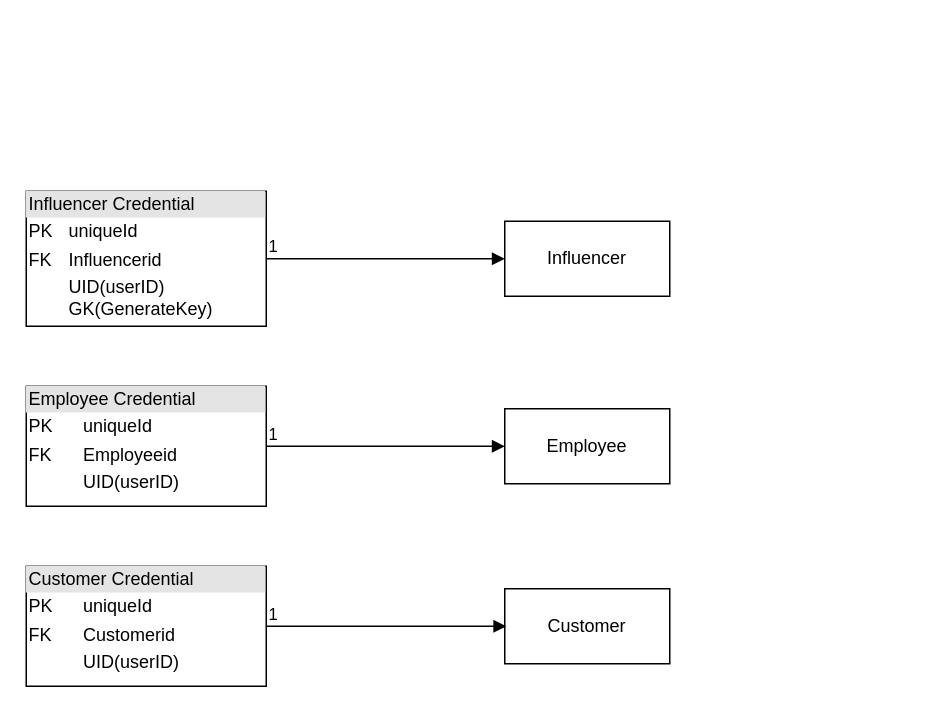
Tan1pawat/Diagram-Design keeps this draw.io diagram as Login diagram .drawio. Above is the earlier version. Source tidied: cells renumbered, new cells numbered last; positions are measured from the earlier drawing's top-left corner, leaving out a move shared by most shapes. Both pictures are drawn from the tidied source at 150%, with x=0, y=0 at pixel (26, 190).
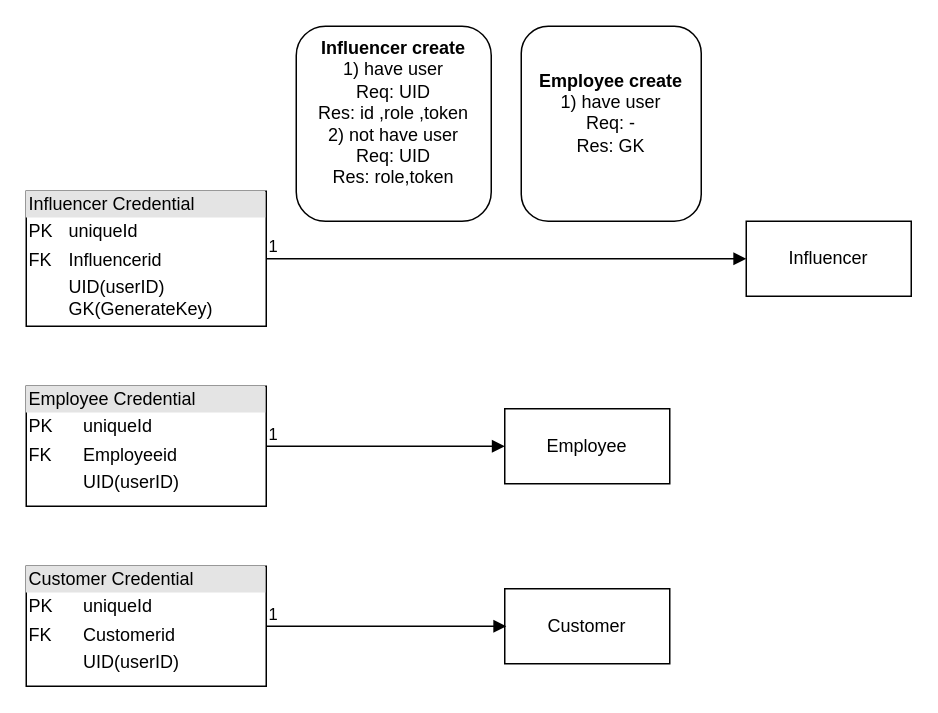
The same page after the edit.

What changed in the source:
```diff
@@
 <mxGraphModel>
   <root>
     <mxCell id="0" />
     <mxCell id="1" parent="0" />
     <mxCell id="2" value="&lt;div style=&quot;box-sizing:border-box;width:100%;background:#e4e4e4;padding:2px;&quot;&gt;Influencer&amp;nbsp;Credential&lt;/div&gt;&lt;table style=&quot;width:100%;font-size:1em;&quot; cellpadding=&quot;2&quot; cellspacing=&quot;0&quot;&gt;&lt;tbody&gt;&lt;tr&gt;&lt;td&gt;PK&lt;/td&gt;&lt;td&gt;uniqueId&lt;/td&gt;&lt;/tr&gt;&lt;tr&gt;&lt;td&gt;FK&lt;br&gt;&lt;/td&gt;&lt;td&gt;Influencerid&lt;/td&gt;&lt;/tr&gt;&lt;tr&gt;&lt;td&gt;&lt;/td&gt;&lt;td&gt;UID(userID)&lt;br&gt;GK(GenerateKey)&lt;br&gt;&lt;br&gt;&lt;br&gt;&lt;/td&gt;&lt;/tr&gt;&lt;/tbody&gt;&lt;/table&gt;" style="verticalAlign=top;align=left;overflow=fill;html=1;whiteSpace=wrap;" parent="1" vertex="1">
       <mxGeometry width="160" height="90" as="geometry" />
     </mxCell>
     <mxCell id="3" value="&lt;div style=&quot;box-sizing:border-box;width:100%;background:#e4e4e4;padding:2px;&quot;&gt;Employee Credential&lt;/div&gt;&lt;table style=&quot;width:100%;font-size:1em;&quot; cellpadding=&quot;2&quot; cellspacing=&quot;0&quot;&gt;&lt;tbody&gt;&lt;tr&gt;&lt;td&gt;PK&lt;/td&gt;&lt;td&gt;uniqueId&lt;/td&gt;&lt;/tr&gt;&lt;tr&gt;&lt;td&gt;FK&lt;/td&gt;&lt;td&gt;Employeeid&lt;/td&gt;&lt;/tr&gt;&lt;tr&gt;&lt;td&gt;&lt;/td&gt;&lt;td&gt;UID(userID)&lt;/td&gt;&lt;/tr&gt;&lt;/tbody&gt;&lt;/table&gt;" style="verticalAlign=top;align=left;overflow=fill;html=1;whiteSpace=wrap;" parent="1" vertex="1">
       <mxGeometry y="130" width="160" height="80" as="geometry" />
     </mxCell>
     <mxCell id="4" value="&lt;div style=&quot;box-sizing:border-box;width:100%;background:#e4e4e4;padding:2px;&quot;&gt;Customer Credential&lt;br&gt;&lt;/div&gt;&lt;table style=&quot;width:100%;font-size:1em;&quot; cellpadding=&quot;2&quot; cellspacing=&quot;0&quot;&gt;&lt;tbody&gt;&lt;tr&gt;&lt;td&gt;PK&lt;/td&gt;&lt;td&gt;uniqueId&lt;/td&gt;&lt;/tr&gt;&lt;tr&gt;&lt;td&gt;FK&lt;/td&gt;&lt;td&gt;Customerid&lt;/td&gt;&lt;/tr&gt;&lt;tr&gt;&lt;td&gt;&lt;/td&gt;&lt;td&gt;UID(userID)&lt;/td&gt;&lt;/tr&gt;&lt;/tbody&gt;&lt;/table&gt;" style="verticalAlign=top;align=left;overflow=fill;html=1;whiteSpace=wrap;" parent="1" vertex="1">
       <mxGeometry y="250" width="160" height="80" as="geometry" />
     </mxCell>
     <mxCell id="5" value="Influencer" style="html=1;whiteSpace=wrap;" parent="1" vertex="1">
-      <mxGeometry x="319" y="20" width="110" height="50" as="geometry" />
+      <mxGeometry x="480" y="20" width="110" height="50" as="geometry" />
     </mxCell>
     <mxCell id="6" value="Employee" style="html=1;whiteSpace=wrap;" parent="1" vertex="1">
       <mxGeometry x="319" y="145" width="110" height="50" as="geometry" />
     </mxCell>
     <mxCell id="7" value="Customer" style="html=1;whiteSpace=wrap;" parent="1" vertex="1">
       <mxGeometry x="319" y="265" width="110" height="50" as="geometry" />
     </mxCell>
     <mxCell id="8" style="endArrow=block;endFill=1;html=1;edgeStyle=orthogonalEdgeStyle;align=left;verticalAlign=top;rounded=0;" parent="1" edge="1">
       <mxGeometry x="-1" relative="1" as="geometry">
         <mxPoint x="160" y="290" as="sourcePoint" />
         <mxPoint x="320" y="290" as="targetPoint" />
       </mxGeometry>
     </mxCell>
     <mxCell id="9" value="1" style="edgeLabel;html=1;align=left;verticalAlign=bottom;" parent="8" vertex="1">
       <mxGeometry x="-1" relative="1" as="geometry" />
     </mxCell>
     <mxCell id="10" style="endArrow=block;endFill=1;html=1;edgeStyle=orthogonalEdgeStyle;align=left;verticalAlign=top;rounded=0;exitX=1;exitY=0.5;exitDx=0;exitDy=0;" parent="1" edge="1" source="3" target="6">
       <mxGeometry x="-1" relative="1" as="geometry" />
     </mxCell>
     <mxCell id="11" value="1" style="edgeLabel;html=1;align=left;verticalAlign=bottom;" parent="10" vertex="1">
       <mxGeometry x="-1" relative="1" as="geometry" />
     </mxCell>
-    <mxCell id="12" style="endArrow=block;endFill=1;html=1;edgeStyle=orthogonalEdgeStyle;align=left;verticalAlign=top;rounded=0;exitX=1;exitY=0.5;exitDx=0;exitDy=0;" parent="1" edge="1" source="2">
-      <mxGeometry x="-1" relative="1" as="geometry">
-        <mxPoint x="319" y="45" as="targetPoint" />
-      </mxGeometry>
+    <mxCell id="12" style="endArrow=block;endFill=1;html=1;edgeStyle=orthogonalEdgeStyle;align=left;verticalAlign=top;rounded=0;exitX=1;exitY=0.5;exitDx=0;exitDy=0;entryX=0;entryY=0.5;entryDx=0;entryDy=0;" parent="1" edge="1" source="2" target="5">
+      <mxGeometry x="-1" relative="1" as="geometry" />
     </mxCell>
     <mxCell id="13" value="1" style="edgeLabel;html=1;align=left;verticalAlign=bottom;" parent="12" vertex="1">
       <mxGeometry x="-1" relative="1" as="geometry" />
     </mxCell>
+    <mxCell id="14" value="&lt;div&gt;&lt;b&gt;Influencer create&lt;/b&gt;&lt;/div&gt;1) have user&lt;br&gt;Req: UID&lt;br&gt;Res: id ,role ,token&lt;div&gt;2) not have user&lt;br&gt;Req: UID&lt;br&gt;Res: role,token&lt;br&gt;&lt;br&gt;&lt;/div&gt;" style="rounded=1;whiteSpace=wrap;html=1;align=center;" parent="1" vertex="1">
+      <mxGeometry x="180" y="-110" width="130" height="130" as="geometry" />
+    </mxCell>
+    <mxCell id="15" value="&lt;div&gt;&lt;b&gt;Employee create&lt;/b&gt;&lt;/div&gt;1) have user&lt;br&gt;Req: -&lt;br&gt;Res: GK&lt;div&gt;&lt;br&gt;&lt;/div&gt;" style="rounded=1;whiteSpace=wrap;html=1;align=center;" parent="1" vertex="1">
+      <mxGeometry x="330" y="-110" width="120" height="130" as="geometry" />
+    </mxCell>
   </root>
 </mxGraphModel>
```
